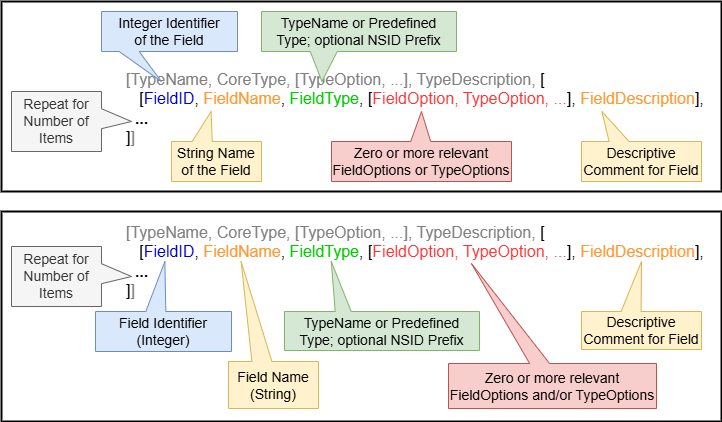
Earlier version of the draw.io export images/JADN-with-fields-json-ALT.drawio.png (oasis-tcs/openc2-jadn-im). Source tidied: cells renumbered, new cells last; positions are measured from the earlier drawing's top-left corner, leaving out a move shared by most shapes. The source it was exported from:
```xml
<mxGraphModel>
  <root>
    <mxCell id="0" />
    <mxCell id="1" value="Background" parent="0" />
    <mxCell id="2" style="rounded=0;whiteSpace=wrap;html=1;fontSize=16;fontColor=#00CC00;fillColor=default;strokeWidth=2;" parent="1" vertex="1">
      <mxGeometry width="720" height="190" as="geometry" />
    </mxCell>
    <mxCell id="3" style="rounded=0;whiteSpace=wrap;html=1;fontSize=16;fontColor=#00CC00;fillColor=default;strokeWidth=2;" parent="1" vertex="1">
      <mxGeometry y="210" width="720" height="210" as="geometry" />
    </mxCell>
    <mxCell id="4" value="Image" parent="0" />
    <mxCell id="5" value="&lt;font color=&quot;#808080&quot;&gt;[&lt;font style=&quot;font-size: 16px;&quot;&gt;TypeName&lt;/font&gt;, &lt;font style=&quot;font-size: 16px;&quot;&gt;CoreType&lt;/font&gt;, &lt;font style=&quot;font-size: 16px;&quot;&gt;[TypeOption, ...]&lt;/font&gt;, &lt;font style=&quot;font-size: 16px;&quot;&gt;TypeDescription&lt;/font&gt;, &lt;/font&gt;[&lt;br&gt;&lt;div style=&quot;&quot;&gt;&lt;span style=&quot;background-color: initial;&quot;&gt;&amp;nbsp;&amp;nbsp;&lt;/span&gt;&lt;font style=&quot;background-color: initial;&quot;&gt;&amp;nbsp;[&lt;font color=&quot;#0000cc&quot;&gt;FieldID&lt;/font&gt;, &lt;font color=&quot;#ff9933&quot;&gt;FieldName&lt;/font&gt;, &lt;font color=&quot;#00cc00&quot;&gt;FieldType&lt;/font&gt;, [&lt;font color=&quot;#ff3333&quot;&gt;FieldOption, TypeOption, ...&lt;/font&gt;], &lt;font color=&quot;#ff9933&quot;&gt;FieldDescription&lt;/font&gt;],&lt;/font&gt;&lt;/div&gt;&lt;div style=&quot;&quot;&gt;&lt;span style=&quot;background-color: initial;&quot;&gt;&amp;nbsp; &lt;b&gt;...&lt;/b&gt;&lt;/span&gt;&lt;/div&gt;&lt;div style=&quot;&quot;&gt;&lt;span style=&quot;background-color: initial;&quot;&gt;]&lt;font color=&quot;#808080&quot;&gt;]&lt;/font&gt;&lt;/span&gt;&lt;/div&gt;" style="text;html=1;strokeColor=none;fillColor=none;align=left;verticalAlign=middle;whiteSpace=wrap;rounded=0;fontSize=16;" parent="4" vertex="1">
      <mxGeometry x="123" y="92" width="587" height="30" as="geometry" />
    </mxCell>
    <mxCell id="6" value="Repeat for Number of Items" style="shape=callout;whiteSpace=wrap;html=1;perimeter=calloutPerimeter;fontSize=14;fillColor=#f5f5f5;strokeColor=#666666;flipV=0;size=30;position=0.38;position2=0.5;fontColor=#333333;direction=north;" parent="4" vertex="1">
      <mxGeometry x="10" y="90" width="120" height="60" as="geometry" />
    </mxCell>
    <mxCell id="7" value="String Name&lt;br&gt;of the Field" style="shape=callout;whiteSpace=wrap;html=1;perimeter=calloutPerimeter;fontSize=14;fillColor=#fff2cc;strokeColor=#d6b656;position2=0.44;flipV=1;base=20;size=30;position=0.23;" parent="4" vertex="1">
      <mxGeometry x="170" y="110" width="90" height="70" as="geometry" />
    </mxCell>
    <mxCell id="8" value="Integer Identifier &lt;br&gt;of the Field" style="shape=callout;whiteSpace=wrap;html=1;perimeter=calloutPerimeter;fontSize=14;fillColor=#dae8fc;strokeColor=#6c8ebf;flipV=0;size=30;position=0.13;position2=0.44;" parent="4" vertex="1">
      <mxGeometry x="100" y="10" width="136" height="70" as="geometry" />
    </mxCell>
    <mxCell id="9" value="TypeName or Predefined Type; optional NSID Prefix" style="shape=callout;whiteSpace=wrap;html=1;perimeter=calloutPerimeter;fontSize=14;fillColor=#d5e8d4;strokeColor=#82b366;flipV=0;size=30;position=0.25;base=27;position2=0.31;" parent="4" vertex="1">
      <mxGeometry x="260" y="10" width="195" height="70" as="geometry" />
    </mxCell>
    <mxCell id="10" value="Zero or more relevant FieldOptions or TypeOptions" style="shape=callout;whiteSpace=wrap;html=1;perimeter=calloutPerimeter;fontSize=14;fillColor=#f8cecc;strokeColor=#b85450;flipV=1;size=30;position=0.44;base=20;position2=0.5;" parent="4" vertex="1">
      <mxGeometry x="330" y="110" width="180" height="70" as="geometry" />
    </mxCell>
    <mxCell id="11" value="Descriptive Comment for Field" style="shape=callout;whiteSpace=wrap;html=1;perimeter=calloutPerimeter;fontSize=14;fillColor=#fff2cc;strokeColor=#d6b656;position2=0.17;flipV=1;base=20;size=30;position=0.23;" parent="4" vertex="1">
      <mxGeometry x="580" y="110" width="120" height="70" as="geometry" />
    </mxCell>
    <mxCell id="12" value="&lt;font color=&quot;#808080&quot;&gt;[&lt;font style=&quot;font-size: 16px;&quot;&gt;TypeName&lt;/font&gt;, &lt;font style=&quot;font-size: 16px;&quot;&gt;CoreType&lt;/font&gt;, &lt;font style=&quot;font-size: 16px;&quot;&gt;[TypeOption, ...]&lt;/font&gt;, &lt;font style=&quot;font-size: 16px;&quot;&gt;TypeDescription&lt;/font&gt;, &lt;/font&gt;[&lt;br&gt;&lt;div style=&quot;&quot;&gt;&lt;span style=&quot;background-color: initial;&quot;&gt;&amp;nbsp;&amp;nbsp;&lt;/span&gt;&lt;font style=&quot;background-color: initial;&quot;&gt;&amp;nbsp;[&lt;font color=&quot;#0000cc&quot;&gt;FieldID&lt;/font&gt;, &lt;font color=&quot;#ff9933&quot;&gt;FieldName&lt;/font&gt;, &lt;font color=&quot;#00cc00&quot;&gt;FieldType&lt;/font&gt;, [&lt;font color=&quot;#ff3333&quot;&gt;FieldOption, TypeOption, ...&lt;/font&gt;], &lt;font color=&quot;#ff9933&quot;&gt;FieldDescription&lt;/font&gt;],&lt;/font&gt;&lt;/div&gt;&lt;div style=&quot;&quot;&gt;&lt;span style=&quot;background-color: initial;&quot;&gt;&amp;nbsp; &lt;b&gt;...&lt;/b&gt;&lt;/span&gt;&lt;/div&gt;&lt;div style=&quot;&quot;&gt;&lt;span style=&quot;background-color: initial;&quot;&gt;]&lt;font color=&quot;#808080&quot;&gt;]&lt;/font&gt;&lt;/span&gt;&lt;/div&gt;" style="text;html=1;strokeColor=none;fillColor=none;align=left;verticalAlign=middle;whiteSpace=wrap;rounded=0;fontSize=16;" parent="4" vertex="1">
      <mxGeometry x="123" y="245" width="587" height="30" as="geometry" />
    </mxCell>
    <mxCell id="13" value="Repeat for Number of Items" style="shape=callout;whiteSpace=wrap;html=1;perimeter=calloutPerimeter;fontSize=14;fillColor=#f5f5f5;strokeColor=#666666;flipV=0;size=30;position=0.38;position2=0.5;fontColor=#333333;direction=north;" parent="4" vertex="1">
      <mxGeometry x="10" y="245" width="120" height="60" as="geometry" />
    </mxCell>
    <mxCell id="14" value="Field Name (String)" style="shape=callout;whiteSpace=wrap;html=1;perimeter=calloutPerimeter;fontSize=14;fillColor=#fff2cc;strokeColor=#d6b656;position2=0.14;flipV=1;base=20;size=100;position=0.26;" parent="4" vertex="1">
      <mxGeometry x="227" y="260" width="90" height="147" as="geometry" />
    </mxCell>
    <mxCell id="15" value="TypeName or Predefined Type; optional NSID Prefix" style="shape=callout;whiteSpace=wrap;html=1;perimeter=calloutPerimeter;fontSize=14;fillColor=#d5e8d4;strokeColor=#82b366;flipV=1;size=50;position=0.26;base=16;position2=0.24;" parent="4" vertex="1">
      <mxGeometry x="283" y="260" width="195" height="89" as="geometry" />
    </mxCell>
    <mxCell id="16" value="Zero or more relevant FieldOptions and/or TypeOptions" style="shape=callout;whiteSpace=wrap;html=1;perimeter=calloutPerimeter;fontSize=14;fillColor=#f8cecc;strokeColor=#b85450;flipV=1;size=100;position=0.39;base=20;position2=0.11;" parent="4" vertex="1">
      <mxGeometry x="447" y="262" width="208" height="145" as="geometry" />
    </mxCell>
    <mxCell id="17" value="Descriptive Comment for Field" style="shape=callout;whiteSpace=wrap;html=1;perimeter=calloutPerimeter;fontSize=14;fillColor=#fff2cc;strokeColor=#d6b656;position2=0.5;flipV=1;base=20;size=50;position=0.33;" parent="4" vertex="1">
      <mxGeometry x="580" y="260" width="120" height="88" as="geometry" />
    </mxCell>
    <mxCell id="18" value="Field Identifier (Integer)" style="shape=callout;whiteSpace=wrap;html=1;perimeter=calloutPerimeter;fontSize=14;fillColor=#dae8fc;strokeColor=#6c8ebf;flipV=1;size=50;position=0.37;position2=0.51;base=20;" parent="4" vertex="1">
      <mxGeometry x="94" y="260" width="136" height="90" as="geometry" />
    </mxCell>
  </root>
</mxGraphModel>
```
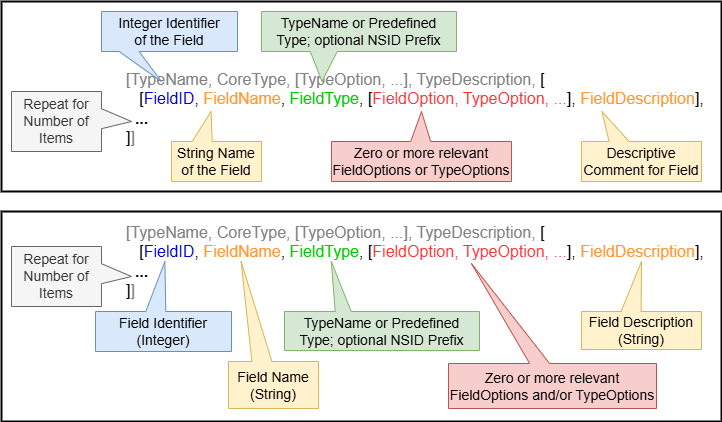
The same file after the commit.

Commit message:
draft updated JADN type diagrams

Diff of the diagram source:
```diff
@@ -45,7 +45,7 @@
     <mxCell id="16" value="Zero or more relevant FieldOptions and/or TypeOptions" style="shape=callout;whiteSpace=wrap;html=1;perimeter=calloutPerimeter;fontSize=14;fillColor=#f8cecc;strokeColor=#b85450;flipV=1;size=100;position=0.39;base=20;position2=0.11;" parent="4" vertex="1">
       <mxGeometry x="447" y="262" width="208" height="145" as="geometry" />
     </mxCell>
-    <mxCell id="17" value="Descriptive Comment for Field" style="shape=callout;whiteSpace=wrap;html=1;perimeter=calloutPerimeter;fontSize=14;fillColor=#fff2cc;strokeColor=#d6b656;position2=0.5;flipV=1;base=20;size=50;position=0.33;" parent="4" vertex="1">
+    <mxCell id="17" value="Field Description (String)" style="shape=callout;whiteSpace=wrap;html=1;perimeter=calloutPerimeter;fontSize=14;fillColor=#fff2cc;strokeColor=#d6b656;position2=0.5;flipV=1;base=20;size=50;position=0.33;" parent="4" vertex="1">
       <mxGeometry x="580" y="260" width="120" height="88" as="geometry" />
     </mxCell>
     <mxCell id="18" value="Field Identifier (Integer)" style="shape=callout;whiteSpace=wrap;html=1;perimeter=calloutPerimeter;fontSize=14;fillColor=#dae8fc;strokeColor=#6c8ebf;flipV=1;size=50;position=0.37;position2=0.51;base=20;" parent="4" vertex="1">
```
